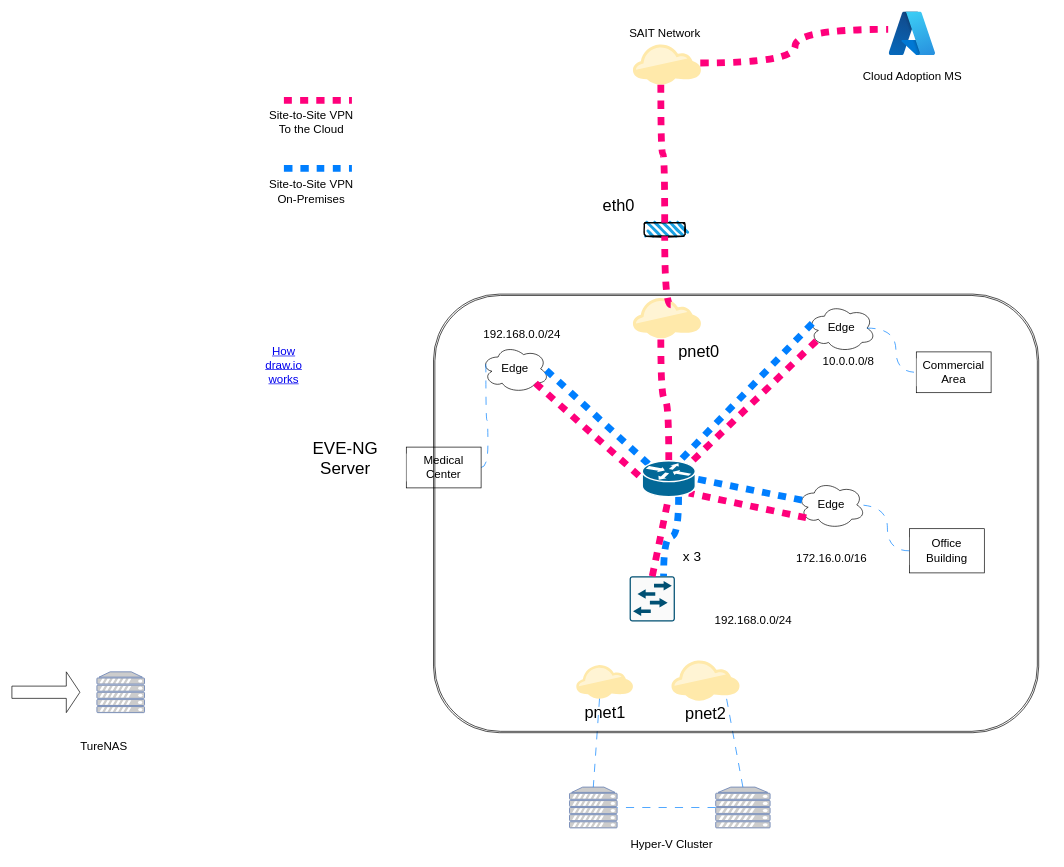
Sohal-03/Draw.io keeps this draw.io diagram as Capstone/Capstone-Network.drawio. Above is the earlier version. Source tidied: cells renumbered, new cells numbered last; positions are measured from the earlier drawing's top-left corner, leaving out a move shared by most shapes. Both pictures are drawn from the tidied source at 68%, with x=0, y=0 at pixel (12, 12).
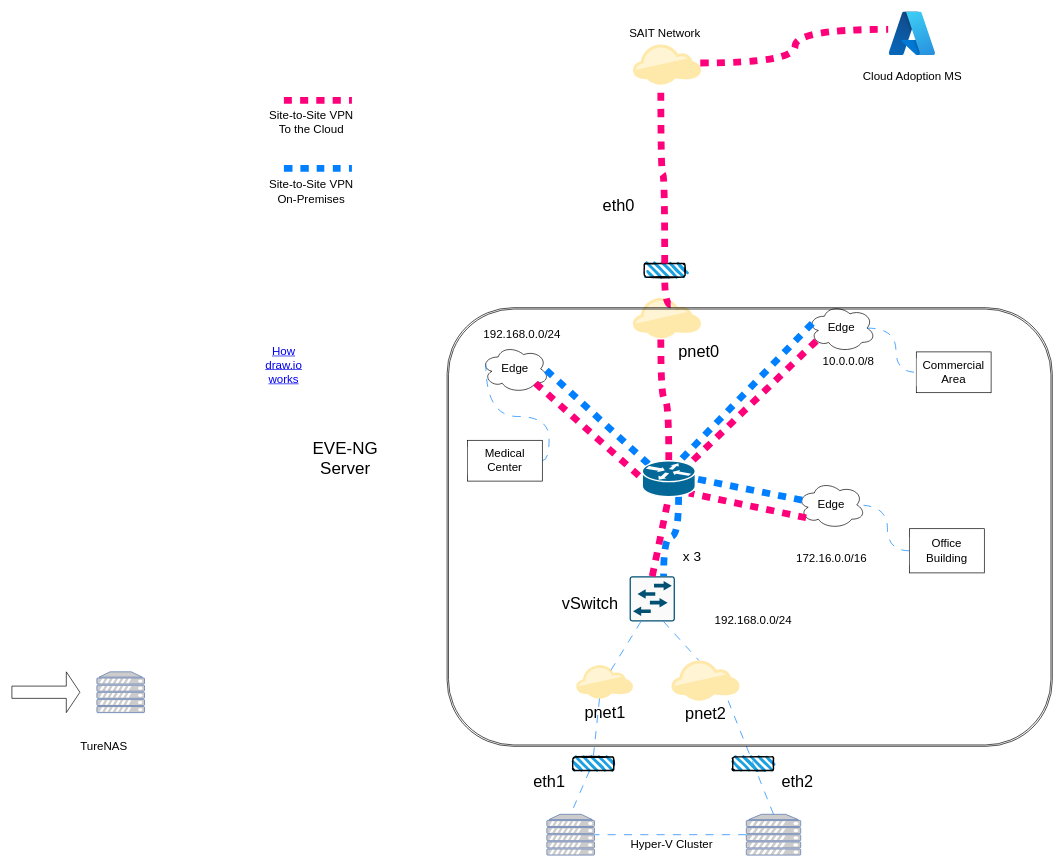
Above is the later version.

Commit message:
Added eth interfaces at the bottom to avoid confusion between physical and virtual interfaces

Unchanged cells that the change refers to:
```xml
<mxCell id="16" value="&lt;font style=&quot;font-size: 24px;&quot;&gt;pnet1&lt;/font&gt;" style="points=[[0,0.64,0],[0.2,0.15,0],[0.4,0.01,0],[0.79,0.25,0],[1,0.65,0],[0.8,0.86,0],[0.41,1,0],[0.16,0.86,0]];verticalLabelPosition=bottom;sketch=0;html=1;verticalAlign=top;align=center;shape=mxgraph.cisco19.cloud2;fillColor=#FFE9AA;strokeColor=none;fontFamily=Helvetica;fontSize=11;fontColor=default;labelBackgroundColor=default;" parent="1" vertex="1">
  <mxGeometry x="830" y="960" width="83.3" height="50" as="geometry" />
</mxCell>
<mxCell id="25" style="sketch=0;points=[[0.015,0.015,0],[0.985,0.015,0],[0.985,0.985,0],[0.015,0.985,0],[0.25,0,0],[0.5,0,0],[0.75,0,0],[1,0.25,0],[1,0.5,0],[1,0.75,0],[0.75,1,0],[0.5,1,0],[0.25,1,0],[0,0.75,0],[0,0.5,0],[0,0.25,0]];verticalLabelPosition=bottom;html=1;verticalAlign=top;align=center;shape=mxgraph.cisco19.rect;prIcon=l2_switch;fillColor=#FAFAFA;strokeColor=#005073;" parent="1" vertex="1">
  <mxGeometry x="908.4" y="830" width="66.6" height="66.6" as="geometry" />
</mxCell>
<mxCell id="52" style="points=[[0,0.64,0],[0.2,0.15,0],[0.4,0.01,0],[0.79,0.25,0],[1,0.65,0],[0.8,0.86,0],[0.41,1,0],[0.16,0.86,0]];verticalLabelPosition=bottom;sketch=0;html=1;verticalAlign=top;align=center;shape=mxgraph.cisco19.cloud2;fillColor=#FFE9AA;strokeColor=none;" parent="1" vertex="1">
  <mxGeometry x="970" y="953" width="100" height="60" as="geometry" />
</mxCell>
```

Change to the diagram source:
```diff
@@
     <mxCell id="7" value="&lt;font style=&quot;font-size: 17px;&quot;&gt;Medical Center&lt;/font&gt;" style="rounded=0;whiteSpace=wrap;html=1;fontFamily=Helvetica;fontSize=11;fontColor=default;labelBackgroundColor=default;" parent="1" vertex="1">
-      <mxGeometry x="580" y="640" width="110" height="60" as="geometry" />
+      <mxGeometry x="670" y="630" width="110" height="60" as="geometry" />
     </mxCell>
@@
     <mxCell id="17" style="fontColor=#0066CC;verticalAlign=top;verticalLabelPosition=bottom;labelPosition=center;align=center;html=1;outlineConnect=0;fillColor=#CCCCCC;strokeColor=#6881B3;gradientColor=none;gradientDirection=north;strokeWidth=2;shape=mxgraph.networks.server;fontFamily=Helvetica;fontSize=11;labelBackgroundColor=default;" parent="1" vertex="1">
-      <mxGeometry x="820" y="1140" width="70" height="60" as="geometry" />
+      <mxGeometry x="786.7" y="1180" width="70" height="60" as="geometry" />
     </mxCell>
@@
     <mxCell id="20" style="fontColor=#0066CC;verticalAlign=top;verticalLabelPosition=bottom;labelPosition=center;align=center;html=1;outlineConnect=0;fillColor=#CCCCCC;strokeColor=#6881B3;gradientColor=none;gradientDirection=north;strokeWidth=2;shape=mxgraph.networks.server;fontFamily=Helvetica;fontSize=11;labelBackgroundColor=default;" parent="1" vertex="1">
-      <mxGeometry x="1035" y="1140" width="80" height="60" as="geometry" />
+      <mxGeometry x="1080" y="1180" width="80" height="60" as="geometry" />
     </mxCell>
@@
     <mxCell id="22" style="rounded=1;whiteSpace=wrap;html=1;strokeWidth=2;fillWeight=4;hachureGap=8;hachureAngle=45;fillColor=#1ba1e2;sketch=1;" parent="1" vertex="1">
-      <mxGeometry x="930" y="310" width="60" height="20" as="geometry" />
+      <mxGeometry x="930" y="370" width="60" height="20" as="geometry" />
     </mxCell>
@@
-    <mxCell id="55" style="endArrow=none;html=1;rounded=0;strokeColor=#007FFF;dashed=1;flowAnimation=1;dashPattern=12 12;strokeWidth=1;shadow=0;entryX=0.5;entryY=0;entryDx=0;entryDy=0;entryPerimeter=0;exitX=0.41;exitY=1;exitDx=0;exitDy=0;exitPerimeter=0;" parent="1" edge="1" source="16" target="17">
+    <mxCell id="55" style="endArrow=none;html=1;rounded=0;strokeColor=#007FFF;dashed=1;flowAnimation=1;dashPattern=12 12;strokeWidth=1;shadow=0;entryX=0.5;entryY=0;entryDx=0;entryDy=0;entryPerimeter=0;exitX=0.41;exitY=1;exitDx=0;exitDy=0;exitPerimeter=0;" parent="1" edge="1" source="63" target="17">
       <mxGeometry relative="1" as="geometry" />
     </mxCell>
-    <mxCell id="56" style="shape=ext;double=1;rounded=1;whiteSpace=wrap;html=1;fillColor=none;strokeColor=default;glass=1;shadow=0;" parent="1" vertex="1">
-      <mxGeometry x="620" y="415" width="890" height="645" as="geometry" />
-    </mxCell>
+    <mxCell id="57" style="endArrow=none;html=1;rounded=0;strokeColor=#007FFF;dashed=1;flowAnimation=1;dashPattern=12 12;strokeWidth=1;shadow=0;entryX=0.584;entryY=0.236;entryDx=0;entryDy=0;entryPerimeter=0;exitX=0.25;exitY=1;exitDx=0;exitDy=0;exitPerimeter=0;" parent="1" edge="1" source="25" target="16">
+      <mxGeometry relative="1" as="geometry" />
+    </mxCell>
+    <mxCell id="58" style="endArrow=none;html=1;rounded=0;strokeColor=#007FFF;dashed=1;flowAnimation=1;dashPattern=12 12;strokeWidth=1;shadow=0;entryX=0.4;entryY=0.01;entryDx=0;entryDy=0;entryPerimeter=0;exitX=0.75;exitY=1;exitDx=0;exitDy=0;exitPerimeter=0;" parent="1" edge="1" source="25" target="52">
+      <mxGeometry relative="1" as="geometry" />
+    </mxCell>
+    <mxCell id="59" value="&lt;font style=&quot;font-size: 24px;&quot;&gt;vSwitch&lt;/font&gt;" style="text;html=1;align=center;verticalAlign=middle;strokeColor=none;fillColor=none;" parent="1" vertex="1">
+      <mxGeometry x="795" y="850" width="110" height="40" as="geometry" />
+    </mxCell>
+    <mxCell id="60" style="shape=ext;double=1;rounded=1;whiteSpace=wrap;html=1;fillColor=none;strokeColor=default;glass=1;shadow=0;" parent="1" vertex="1">
+      <mxGeometry x="640" y="435" width="890" height="645" as="geometry" />
+    </mxCell>
+    <mxCell id="61" style="rounded=1;whiteSpace=wrap;html=1;strokeWidth=2;fillWeight=4;hachureGap=8;hachureAngle=45;fillColor=#1ba1e2;sketch=1;" parent="1" vertex="1">
+      <mxGeometry x="1060" y="1095.5" width="60" height="20" as="geometry" />
+    </mxCell>
+    <mxCell id="62" style="endArrow=none;html=1;rounded=0;strokeColor=#007FFF;dashed=1;flowAnimation=1;dashPattern=12 12;strokeWidth=1;shadow=0;entryX=0.5;entryY=0;entryDx=0;entryDy=0;entryPerimeter=0;exitX=0.41;exitY=1;exitDx=0;exitDy=0;exitPerimeter=0;" parent="1" edge="1" source="16" target="63">
+      <mxGeometry relative="1" as="geometry" />
+    </mxCell>
+    <mxCell id="63" style="rounded=1;whiteSpace=wrap;html=1;strokeWidth=2;fillWeight=4;hachureGap=8;hachureAngle=45;fillColor=#1ba1e2;sketch=1;" parent="1" vertex="1">
+      <mxGeometry x="825" y="1095.5" width="60" height="20" as="geometry" />
+    </mxCell>
+    <mxCell id="64" value="&lt;font style=&quot;font-size: 24px;&quot;&gt;eth2&lt;/font&gt;" style="text;html=1;align=center;verticalAlign=middle;strokeColor=none;fillColor=none;" parent="1" vertex="1">
+      <mxGeometry x="1120" y="1113" width="70" height="40" as="geometry" />
+    </mxCell>
+    <mxCell id="65" value="&lt;font style=&quot;font-size: 24px;&quot;&gt;eth1&lt;/font&gt;" style="text;html=1;align=center;verticalAlign=middle;strokeColor=none;fillColor=none;" parent="1" vertex="1">
+      <mxGeometry x="755" y="1113" width="70" height="40" as="geometry" />
+    </mxCell>
```
